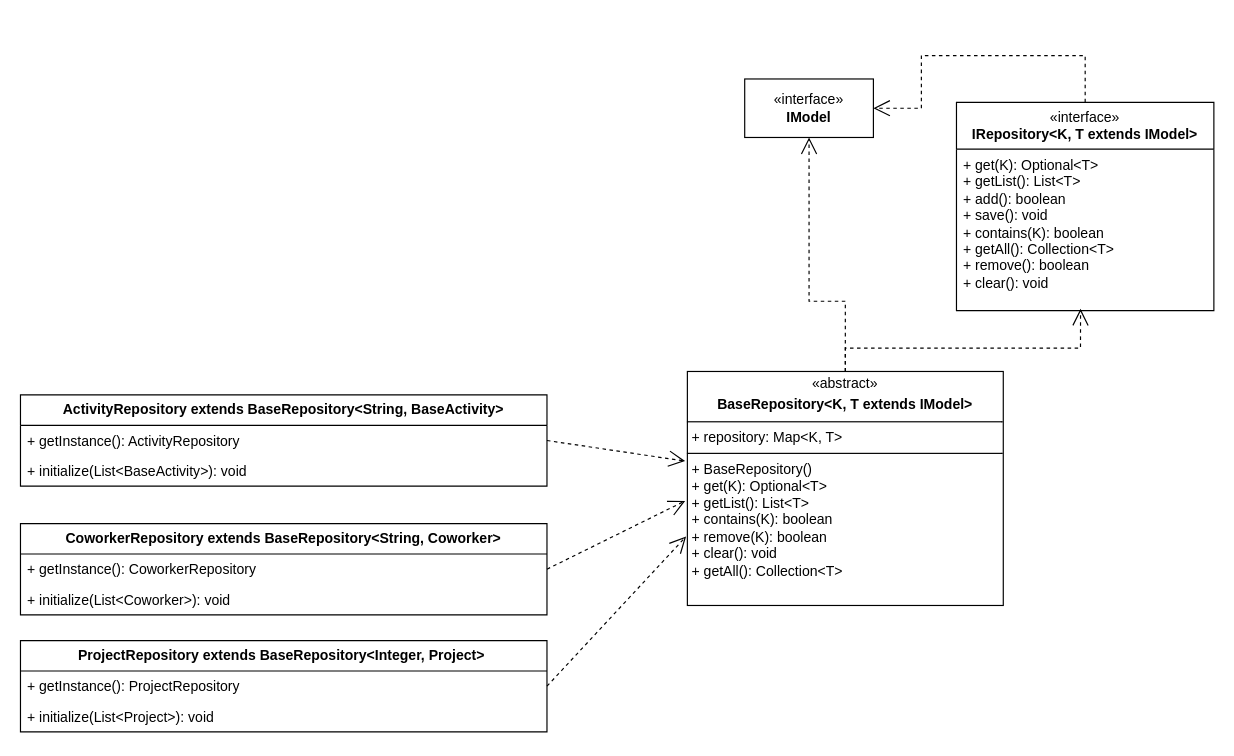
The draw.io diagram Unavngivet diagram.drawio in bondegaard/draw.io, before the edit. Source tidied: cells renumbered, new cells numbered last; positions are measured from the earlier drawing's top-left corner, leaving out a move shared by most shapes. Both pictures are drawn from the tidied source at 117%, with x=0, y=0 at pixel (20, 55).
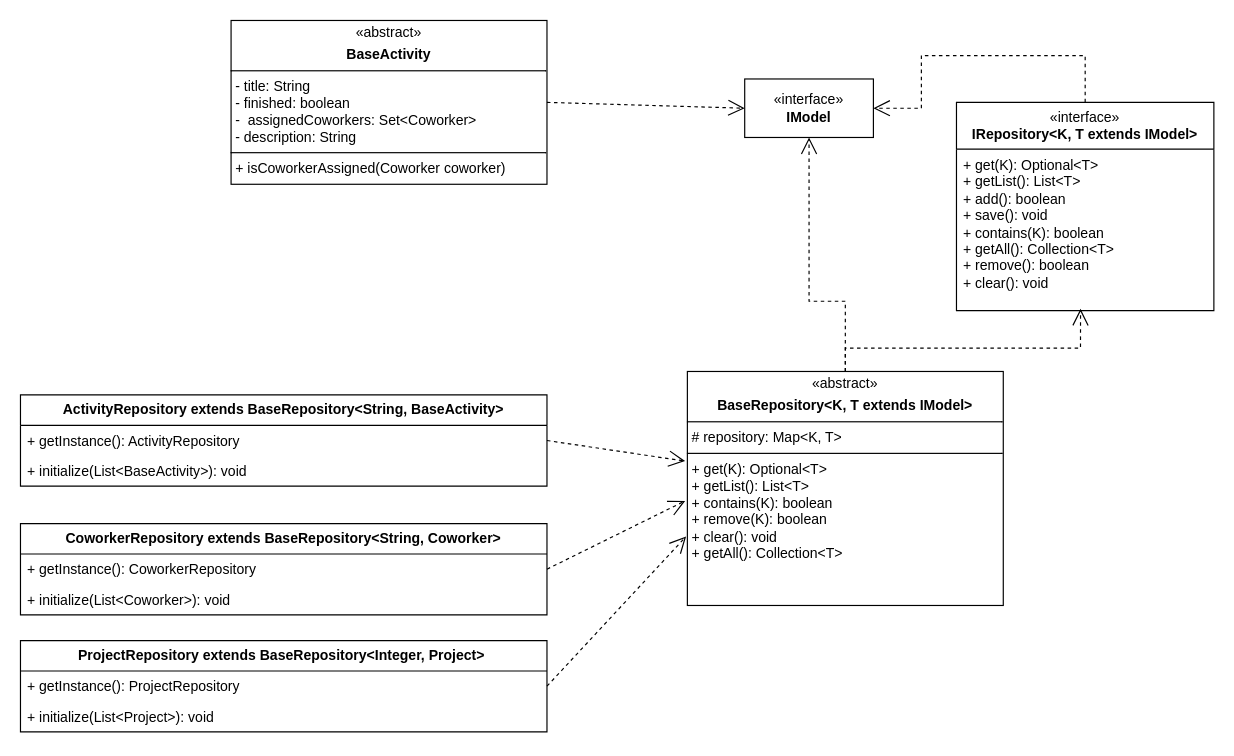
Above is the later version.

Unchanged cells that the change refers to:
```xml
<mxCell id="4" value="«interface»&lt;br&gt;&lt;b&gt;IModel&lt;/b&gt;" style="html=1;whiteSpace=wrap;" parent="1" vertex="1">
  <mxGeometry x="619" y="20" width="110" height="50" as="geometry" />
</mxCell>
```

Diff of the diagram source:
```diff
@@
-    <mxCell id="6" value="&lt;p style=&quot;margin:0px;margin-top:4px;text-align:center;&quot;&gt;«abstract»&lt;/p&gt;&lt;p style=&quot;margin:0px;margin-top:4px;text-align:center;&quot;&gt;&lt;b&gt;BaseRepository&lt;/b&gt;&lt;span style=&quot;background-color: transparent; text-align: left;&quot;&gt;&lt;b&gt;&amp;lt;K, T extends IModel&amp;gt;&lt;/b&gt;&lt;/span&gt;&lt;/p&gt;&lt;hr size=&quot;1&quot; style=&quot;border-style:solid;&quot;&gt;&lt;p style=&quot;margin:0px;margin-left:4px;&quot;&gt;+ repository: Map&amp;lt;K, T&amp;gt;&amp;nbsp;&amp;nbsp;&lt;/p&gt;&lt;hr size=&quot;1&quot; style=&quot;border-style:solid;&quot;&gt;&lt;p style=&quot;margin:0px;margin-left:4px;&quot;&gt;+&amp;nbsp;&lt;span style=&quot;background-color: transparent;&quot;&gt;BaseRepository()&amp;nbsp; &amp;nbsp; &amp;nbsp; &amp;nbsp; &amp;nbsp; &amp;nbsp; &amp;nbsp; &amp;nbsp; &amp;nbsp; &amp;nbsp; &amp;nbsp; &amp;nbsp; &amp;nbsp; &amp;nbsp; &amp;nbsp; &amp;nbsp; &amp;nbsp; &amp;nbsp; &amp;nbsp; &amp;nbsp; &amp;nbsp;&amp;nbsp;&lt;/span&gt;&lt;/p&gt;&lt;p style=&quot;margin:0px;margin-left:4px;&quot;&gt;+ get(K): Optional&amp;lt;T&amp;gt;&amp;nbsp; &amp;nbsp; &amp;nbsp; &amp;nbsp; &amp;nbsp; &amp;nbsp; &amp;nbsp; &amp;nbsp; &amp;nbsp; &amp;nbsp; &amp;nbsp; &amp;nbsp; &amp;nbsp; &amp;nbsp; &amp;nbsp; &amp;nbsp; &amp;nbsp; &amp;nbsp; &amp;nbsp; &amp;nbsp;&lt;/p&gt;&lt;p style=&quot;margin:0px;margin-left:4px;&quot;&gt;+ getList(): List&amp;lt;T&amp;gt;&amp;nbsp; &amp;nbsp; &amp;nbsp; &amp;nbsp; &amp;nbsp; &amp;nbsp; &amp;nbsp; &amp;nbsp; &amp;nbsp; &amp;nbsp; &amp;nbsp; &amp;nbsp; &amp;nbsp; &amp;nbsp; &amp;nbsp; &amp;nbsp; &amp;nbsp; &amp;nbsp; &amp;nbsp; &amp;nbsp;&amp;nbsp;&lt;/p&gt;&lt;p style=&quot;margin:0px;margin-left:4px;&quot;&gt;+ contains(K): boolean&amp;nbsp; &amp;nbsp; &amp;nbsp; &amp;nbsp; &amp;nbsp; &amp;nbsp; &amp;nbsp; &amp;nbsp; &amp;nbsp; &amp;nbsp; &amp;nbsp; &amp;nbsp; &amp;nbsp; &amp;nbsp; &amp;nbsp; &amp;nbsp; &amp;nbsp; &amp;nbsp; &amp;nbsp;&amp;nbsp;&lt;/p&gt;&lt;p style=&quot;margin:0px;margin-left:4px;&quot;&gt;+ remove(K): boolean&amp;nbsp; &amp;nbsp; &amp;nbsp; &amp;nbsp; &amp;nbsp; &amp;nbsp; &amp;nbsp; &amp;nbsp; &amp;nbsp; &amp;nbsp; &amp;nbsp; &amp;nbsp; &amp;nbsp; &amp;nbsp; &amp;nbsp; &amp;nbsp; &amp;nbsp; &amp;nbsp; &amp;nbsp; &amp;nbsp;&amp;nbsp;&lt;/p&gt;&lt;p style=&quot;margin:0px;margin-left:4px;&quot;&gt;+ clear(): void&amp;nbsp; &amp;nbsp; &amp;nbsp; &amp;nbsp; &amp;nbsp; &amp;nbsp; &amp;nbsp; &amp;nbsp; &amp;nbsp; &amp;nbsp; &amp;nbsp; &amp;nbsp; &amp;nbsp; &amp;nbsp; &amp;nbsp; &amp;nbsp; &amp;nbsp; &amp;nbsp; &amp;nbsp; &amp;nbsp; &amp;nbsp; &amp;nbsp;&amp;nbsp;&lt;/p&gt;&lt;p style=&quot;margin:0px;margin-left:4px;&quot;&gt;+ getAll(): Collection&amp;lt;T&amp;gt;&amp;nbsp;&amp;nbsp;&lt;/p&gt;" style="verticalAlign=top;align=left;overflow=fill;html=1;whiteSpace=wrap;" parent="1" vertex="1">
+    <mxCell id="6" value="&lt;p style=&quot;margin:0px;margin-top:4px;text-align:center;&quot;&gt;«abstract»&lt;/p&gt;&lt;p style=&quot;margin:0px;margin-top:4px;text-align:center;&quot;&gt;&lt;b&gt;BaseRepository&lt;/b&gt;&lt;span style=&quot;background-color: transparent; text-align: left;&quot;&gt;&lt;b&gt;&amp;lt;K, T extends IModel&amp;gt;&lt;/b&gt;&lt;/span&gt;&lt;/p&gt;&lt;hr size=&quot;1&quot; style=&quot;border-style:solid;&quot;&gt;&lt;p style=&quot;margin:0px;margin-left:4px;&quot;&gt;# repository: Map&amp;lt;K, T&amp;gt;&amp;nbsp;&amp;nbsp;&lt;/p&gt;&lt;hr size=&quot;1&quot; style=&quot;border-style:solid;&quot;&gt;&lt;p style=&quot;margin:0px;margin-left:4px;&quot;&gt;&lt;span style=&quot;background-color: transparent; color: light-dark(rgb(0, 0, 0), rgb(255, 255, 255));&quot;&gt;+ get(K): Optional&amp;lt;T&amp;gt;&amp;nbsp; &amp;nbsp; &amp;nbsp; &amp;nbsp; &amp;nbsp; &amp;nbsp; &amp;nbsp; &amp;nbsp; &amp;nbsp; &amp;nbsp; &amp;nbsp; &amp;nbsp; &amp;nbsp; &amp;nbsp; &amp;nbsp; &amp;nbsp; &amp;nbsp; &amp;nbsp; &amp;nbsp; &amp;nbsp;&lt;/span&gt;&lt;/p&gt;&lt;p style=&quot;margin:0px;margin-left:4px;&quot;&gt;+ getList(): List&amp;lt;T&amp;gt;&amp;nbsp; &amp;nbsp; &amp;nbsp; &amp;nbsp; &amp;nbsp; &amp;nbsp; &amp;nbsp; &amp;nbsp; &amp;nbsp; &amp;nbsp; &amp;nbsp; &amp;nbsp; &amp;nbsp; &amp;nbsp; &amp;nbsp; &amp;nbsp; &amp;nbsp; &amp;nbsp; &amp;nbsp; &amp;nbsp;&amp;nbsp;&lt;/p&gt;&lt;p style=&quot;margin:0px;margin-left:4px;&quot;&gt;+ contains(K): boolean&amp;nbsp; &amp;nbsp; &amp;nbsp; &amp;nbsp; &amp;nbsp; &amp;nbsp; &amp;nbsp; &amp;nbsp; &amp;nbsp; &amp;nbsp; &amp;nbsp; &amp;nbsp; &amp;nbsp; &amp;nbsp; &amp;nbsp; &amp;nbsp; &amp;nbsp; &amp;nbsp; &amp;nbsp;&amp;nbsp;&lt;/p&gt;&lt;p style=&quot;margin:0px;margin-left:4px;&quot;&gt;+ remove(K): boolean&amp;nbsp; &amp;nbsp; &amp;nbsp; &amp;nbsp; &amp;nbsp; &amp;nbsp; &amp;nbsp; &amp;nbsp; &amp;nbsp; &amp;nbsp; &amp;nbsp; &amp;nbsp; &amp;nbsp; &amp;nbsp; &amp;nbsp; &amp;nbsp; &amp;nbsp; &amp;nbsp; &amp;nbsp; &amp;nbsp;&amp;nbsp;&lt;/p&gt;&lt;p style=&quot;margin:0px;margin-left:4px;&quot;&gt;+ clear(): void&amp;nbsp; &amp;nbsp; &amp;nbsp; &amp;nbsp; &amp;nbsp; &amp;nbsp; &amp;nbsp; &amp;nbsp; &amp;nbsp; &amp;nbsp; &amp;nbsp; &amp;nbsp; &amp;nbsp; &amp;nbsp; &amp;nbsp; &amp;nbsp; &amp;nbsp; &amp;nbsp; &amp;nbsp; &amp;nbsp; &amp;nbsp; &amp;nbsp;&amp;nbsp;&lt;/p&gt;&lt;p style=&quot;margin:0px;margin-left:4px;&quot;&gt;+ getAll(): Collection&amp;lt;T&amp;gt;&amp;nbsp;&amp;nbsp;&lt;/p&gt;" style="verticalAlign=top;align=left;overflow=fill;html=1;whiteSpace=wrap;" parent="1" vertex="1">
       <mxGeometry x="570" y="270" width="270" height="200" as="geometry" />
     </mxCell>
@@
+    <mxCell id="21" value="&lt;p style=&quot;margin:0px;margin-top:4px;text-align:center;&quot;&gt;«abstract»&lt;/p&gt;&lt;p style=&quot;text-align: center; margin: 4px 0px 0px;&quot;&gt;&lt;span style=&quot;background-color: transparent; text-align: left;&quot;&gt;&lt;b&gt;BaseActivity&lt;/b&gt;&lt;/span&gt;&lt;/p&gt;&lt;hr size=&quot;1&quot; style=&quot;border-style:solid;&quot;&gt;&lt;p style=&quot;margin:0px;margin-left:4px;&quot;&gt;- title: String&lt;/p&gt;&lt;p style=&quot;margin:0px;margin-left:4px;&quot;&gt;&lt;span style=&quot;background-color: transparent; color: light-dark(rgb(0, 0, 0), rgb(255, 255, 255));&quot;&gt;- finished: boolean&lt;/span&gt;&lt;/p&gt;&lt;p style=&quot;margin:0px;margin-left:4px;&quot;&gt;&lt;span style=&quot;background-color: transparent; color: light-dark(rgb(0, 0, 0), rgb(255, 255, 255));&quot;&gt;-&amp;nbsp;&amp;nbsp;&lt;/span&gt;&lt;span style=&quot;background-color: transparent;&quot;&gt;assignedCoworkers:&amp;nbsp;&lt;/span&gt;&lt;span style=&quot;background-color: transparent;&quot;&gt;Set&amp;lt;Coworker&amp;gt;&lt;/span&gt;&lt;/p&gt;&lt;p style=&quot;margin:0px;margin-left:4px;&quot;&gt;&lt;span style=&quot;background-color: transparent; color: light-dark(rgb(0, 0, 0), rgb(255, 255, 255));&quot;&gt;- description: String&amp;nbsp;&amp;nbsp;&lt;/span&gt;&lt;/p&gt;&lt;hr size=&quot;1&quot; style=&quot;border-style:solid;&quot;&gt;&lt;p style=&quot;margin:0px;margin-left:4px;&quot;&gt;+&amp;nbsp;&lt;span style=&quot;background-color: transparent;&quot;&gt;isCoworkerAssigned(Coworker coworker)&amp;nbsp; &amp;nbsp; &amp;nbsp; &amp;nbsp; &amp;nbsp;&lt;/span&gt;&lt;/p&gt;" style="verticalAlign=top;align=left;overflow=fill;html=1;whiteSpace=wrap;" parent="1" vertex="1">
+      <mxGeometry x="180" y="-30" width="270" height="140" as="geometry" />
+    </mxCell>
+    <mxCell id="22" style="endArrow=open;endSize=12;dashed=1;html=1;rounded=0;entryX=0;entryY=0.5;entryDx=0;entryDy=0;exitX=1;exitY=0.5;exitDx=0;exitDy=0;" parent="1" edge="1" source="21" target="4">
+      <mxGeometry relative="1" as="geometry" />
+    </mxCell>
```
